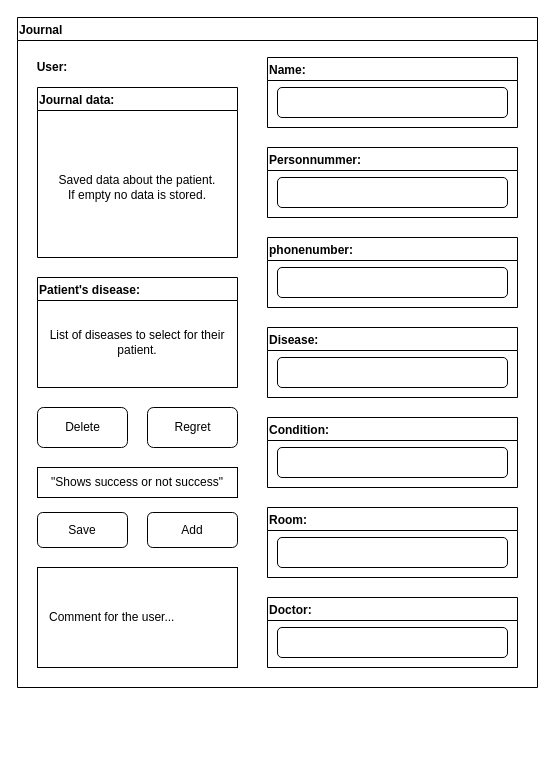
Earlier version of the draw.io diagram ritning-journal.drawio (mazrli/Grupp). Source tidied: cells renumbered, new cells numbered last; positions are measured from the earlier drawing's top-left corner, leaving out a move shared by most shapes. Both pictures are drawn from the tidied source at 100%, with x=0, y=0 at pixel (17, 17).
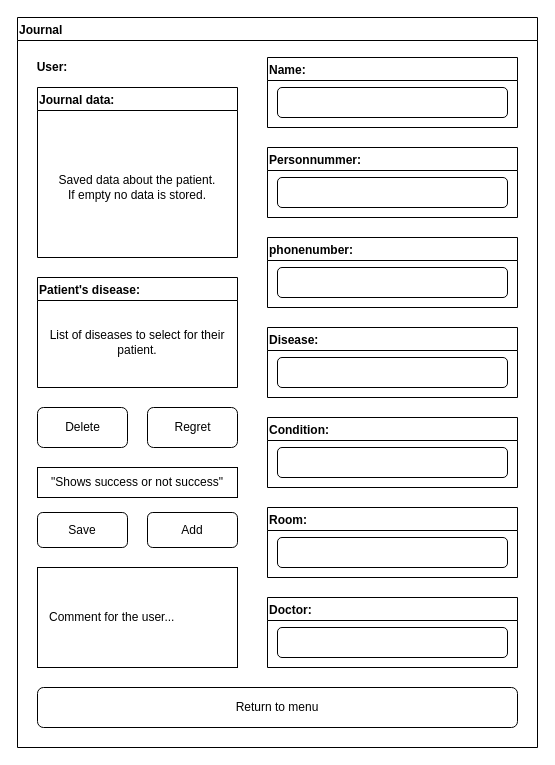
Above is the later version.

Commit message (it also covers changes not shown here):
Jounal och meny

Ändrat  Journal och meny

What changed in the source:
```diff
@@
     <mxCell id="2" value="Journal" style="swimlane;align=left;" parent="1" vertex="1">
-      <mxGeometry width="520" height="670" as="geometry" />
+      <mxGeometry width="520" height="730" as="geometry" />
     </mxCell>
@@
+    <mxCell id="34" style="rounded=1;whiteSpace=wrap;html=1;" parent="2" vertex="1">
+      <mxGeometry x="20" y="670" width="480" height="40" as="geometry" />
+    </mxCell>
+    <mxCell id="35" value="Return to menu" style="text;html=1;strokeColor=none;fillColor=none;align=center;verticalAlign=middle;whiteSpace=wrap;rounded=0;" parent="2" vertex="1">
+      <mxGeometry x="30" y="680" width="460" height="20" as="geometry" />
+    </mxCell>
```
